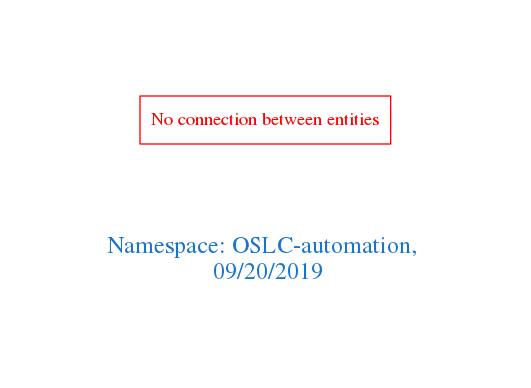
This is downloads/OSLC-automation.png from arago/OGIT, a Graphviz export, as it was before one commit. Its source is kept beside it as downloads/OSLC-automation.dot.
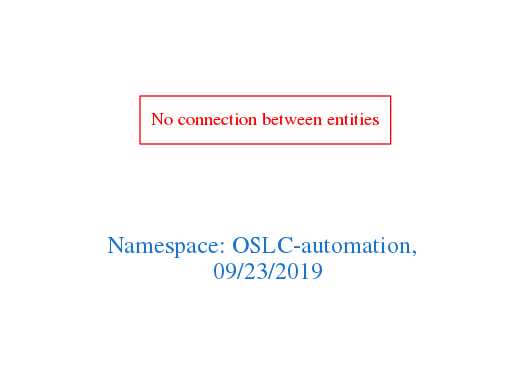
After the commit.

What changed in the source:
```diff
@@ -1,7 +1,7 @@
 digraph OGIT_ontology {
  graph [ rankdir= LR,pad=1
 fontsize = 18,
-fontcolor= dodgerblue3,label = "\n\n\nNamespace: OSLC-automation, \n 09/20/2019"];
+fontcolor= dodgerblue3,label = "\n\n\nNamespace: OSLC-automation, \n 09/23/2019"];
 node[shape=polygon];
 edge [  color="gray81"];
 
```
